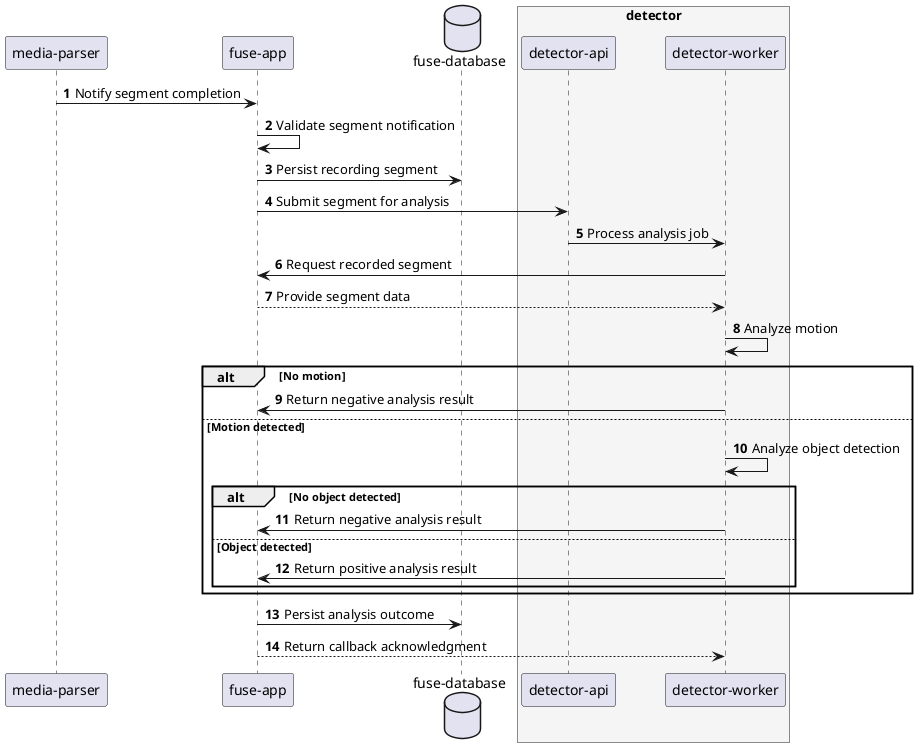
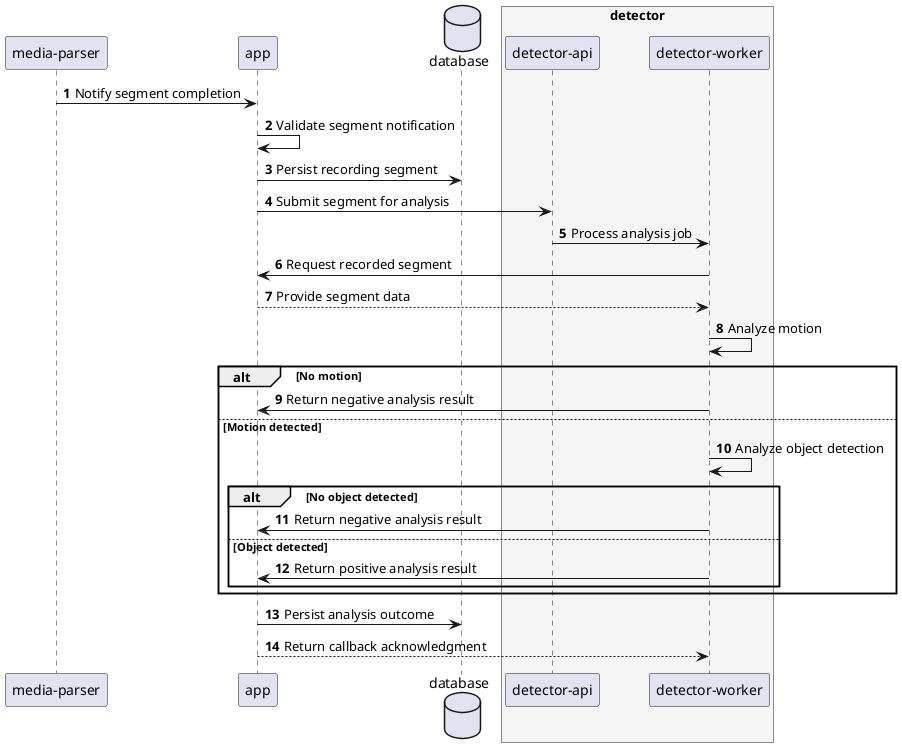
@startuml


autonumber
skinparam responseMessageBelowArrow true

participant "media-parser" as MediaParser
- participant "fuse-app" as FuseApp
- database "fuse-database" as FuseDatabase
+ participant "app" as FuseApp
+ database "database" as FuseDatabase

box "detector" #F5F5F5
  participant "detector-api" as DetectorApi
  participant "detector-worker" as DetectorWorker
end box

MediaParser -> FuseApp: Notify segment completion
FuseApp -> FuseApp: Validate segment notification
FuseApp -> FuseDatabase: Persist recording segment
FuseApp -> DetectorApi: Submit segment for analysis
DetectorApi -> DetectorWorker: Process analysis job
DetectorWorker -> FuseApp: Request recorded segment
FuseApp --> DetectorWorker: Provide segment data

DetectorWorker -> DetectorWorker: Analyze motion

alt No motion
  DetectorWorker -> FuseApp: Return negative analysis result
else Motion detected
  DetectorWorker -> DetectorWorker: Analyze object detection
  alt No object detected
    DetectorWorker -> FuseApp: Return negative analysis result
  else Object detected
    DetectorWorker -> FuseApp: Return positive analysis result
  end
end

FuseApp -> FuseDatabase: Persist analysis outcome
FuseApp --> DetectorWorker: Return callback acknowledgment

@enduml
